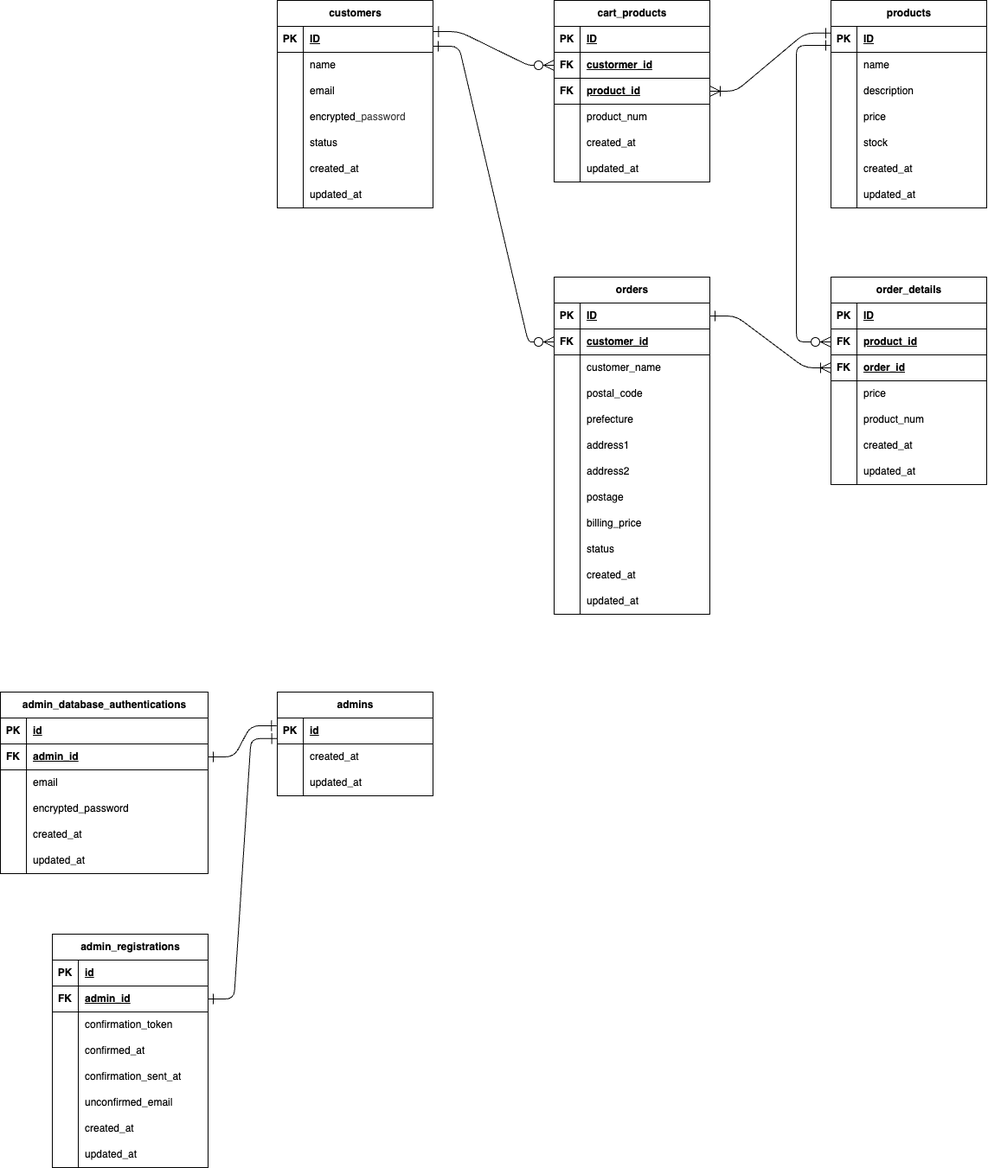
Before: .docs/er_diagram.drawio.png, a diagram exported from draw.io (yamaga-shu/rails-ec). Source tidied: cells renumbered, new cells last; positions are measured from the earlier drawing's top-left corner, leaving out a move shared by most shapes.
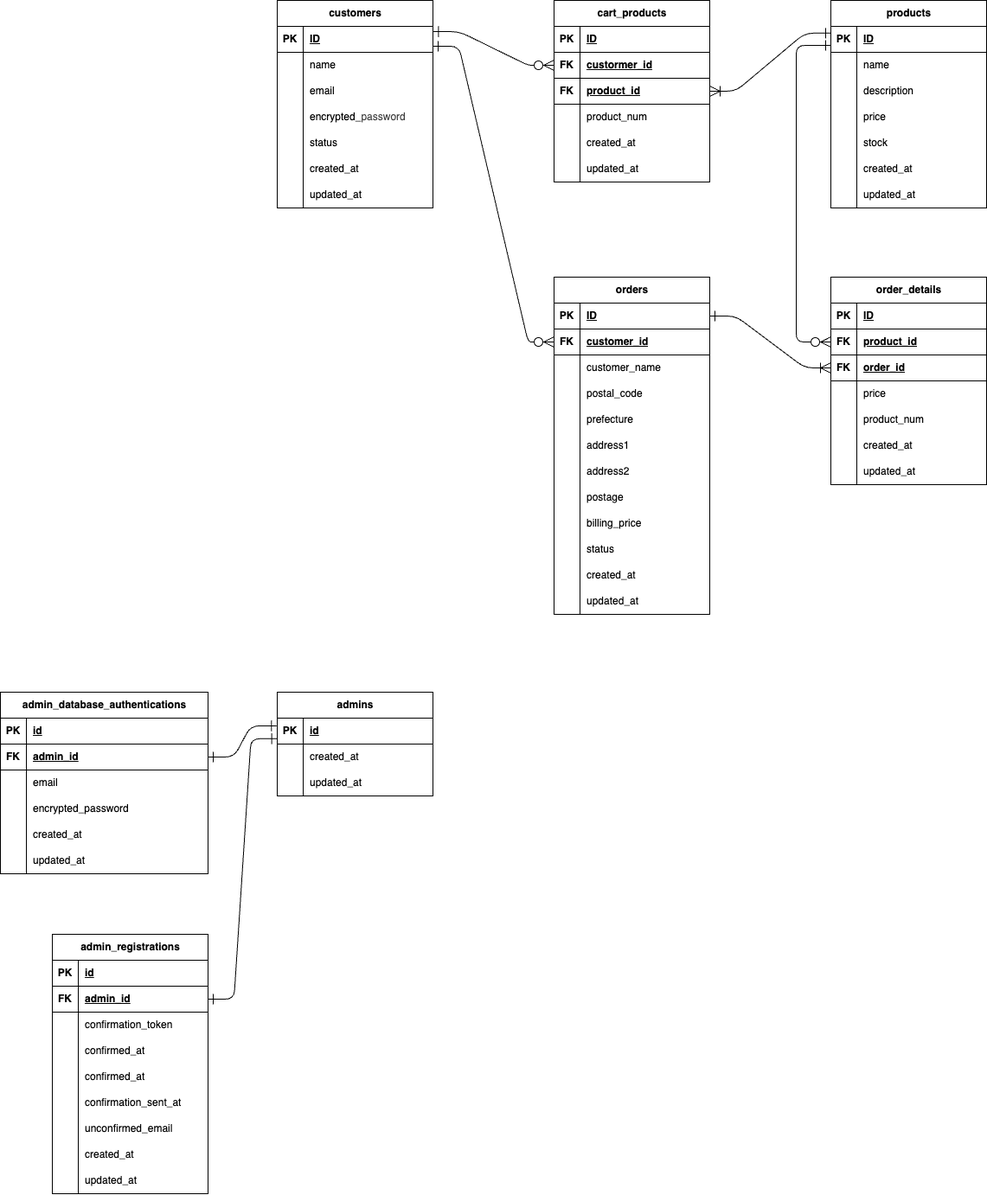
After the change.

Change to the diagram source:
```diff
@@ -481,7 +481,7 @@
       <mxGeometry relative="1" as="geometry" />
     </mxCell>
     <mxCell id="159" value="admin_registrations" style="shape=table;startSize=30;rowLines=0;fontStyle=1;align=center;html=1;" parent="1" vertex="1">
-      <mxGeometry x="60" y="1080" width="180" height="270" as="geometry" />
+      <mxGeometry x="60" y="1080" width="180" height="300" as="geometry" />
     </mxCell>
     <mxCell id="160" style="shape=tableRow;horizontal=0;startSize=0;swimlaneHead=0;swimlaneBody=0;fillColor=none;top=0;left=0;right=0;bottom=1;" parent="159" vertex="1">
       <mxGeometry y="30" width="180" height="30" as="geometry" />
@@ -510,8 +510,17 @@
     <mxCell id="168" value="confirmation_token" style="shape=partialRectangle;fillColor=none;top=0;left=0;bottom=0;right=0;align=left;spacingLeft=6;overflow=hidden;whiteSpace=wrap;html=1;" parent="166" vertex="1">
       <mxGeometry x="30" width="150" height="30" as="geometry" />
     </mxCell>
+    <mxCell id="185" style="shape=tableRow;horizontal=0;startSize=0;swimlaneHead=0;swimlaneBody=0;fillColor=none;top=0;left=0;right=0;bottom=0;" parent="159" vertex="1">
+      <mxGeometry y="120" width="180" height="30" as="geometry" />
+    </mxCell>
+    <mxCell id="186" style="shape=partialRectangle;fillColor=none;top=0;left=0;bottom=0;right=0;overflow=hidden;whiteSpace=wrap;html=1;" parent="185" vertex="1">
+      <mxGeometry width="30" height="30" as="geometry" />
+    </mxCell>
+    <mxCell id="187" value="confirmed_at" style="shape=partialRectangle;fillColor=none;top=0;left=0;bottom=0;right=0;align=left;spacingLeft=6;overflow=hidden;whiteSpace=wrap;html=1;" parent="185" vertex="1">
+      <mxGeometry x="30" width="150" height="30" as="geometry" />
+    </mxCell>
     <mxCell id="169" style="shape=tableRow;horizontal=0;startSize=0;swimlaneHead=0;swimlaneBody=0;fillColor=none;top=0;left=0;right=0;bottom=0;" parent="159" vertex="1">
-      <mxGeometry y="120" width="180" height="30" as="geometry" />
+      <mxGeometry y="150" width="180" height="30" as="geometry" />
     </mxCell>
     <mxCell id="170" style="shape=partialRectangle;fillColor=none;top=0;left=0;bottom=0;right=0;overflow=hidden;whiteSpace=wrap;html=1;" parent="169" vertex="1">
       <mxGeometry width="30" height="30" as="geometry" />
@@ -520,7 +529,7 @@
       <mxGeometry x="30" width="150" height="30" as="geometry" />
     </mxCell>
     <mxCell id="172" style="shape=tableRow;horizontal=0;startSize=0;swimlaneHead=0;swimlaneBody=0;fillColor=none;top=0;left=0;right=0;bottom=0;" parent="159" vertex="1">
-      <mxGeometry y="150" width="180" height="30" as="geometry" />
+      <mxGeometry y="180" width="180" height="30" as="geometry" />
     </mxCell>
     <mxCell id="173" style="shape=partialRectangle;fillColor=none;top=0;left=0;bottom=0;right=0;overflow=hidden;whiteSpace=wrap;html=1;" parent="172" vertex="1">
       <mxGeometry width="30" height="30" as="geometry" />
@@ -529,7 +538,7 @@
       <mxGeometry x="30" width="150" height="30" as="geometry" />
     </mxCell>
     <mxCell id="175" style="shape=tableRow;horizontal=0;startSize=0;swimlaneHead=0;swimlaneBody=0;fillColor=none;top=0;left=0;right=0;bottom=0;" parent="159" vertex="1">
-      <mxGeometry y="180" width="180" height="30" as="geometry" />
+      <mxGeometry y="210" width="180" height="30" as="geometry" />
     </mxCell>
     <mxCell id="176" style="shape=partialRectangle;fillColor=none;top=0;left=0;bottom=0;right=0;overflow=hidden;whiteSpace=wrap;html=1;" parent="175" vertex="1">
       <mxGeometry width="30" height="30" as="geometry" />
@@ -538,7 +547,7 @@
       <mxGeometry x="30" width="150" height="30" as="geometry" />
     </mxCell>
     <mxCell id="178" style="shape=tableRow;horizontal=0;startSize=0;swimlaneHead=0;swimlaneBody=0;fillColor=none;top=0;left=0;right=0;bottom=0;" parent="159" vertex="1">
-      <mxGeometry y="210" width="180" height="30" as="geometry" />
+      <mxGeometry y="240" width="180" height="30" as="geometry" />
     </mxCell>
     <mxCell id="179" style="shape=partialRectangle;fillColor=none;top=0;left=0;bottom=0;right=0;overflow=hidden;whiteSpace=wrap;html=1;" parent="178" vertex="1">
       <mxGeometry width="30" height="30" as="geometry" />
@@ -547,7 +556,7 @@
       <mxGeometry x="30" width="150" height="30" as="geometry" />
     </mxCell>
     <mxCell id="181" style="shape=tableRow;horizontal=0;startSize=0;swimlaneHead=0;swimlaneBody=0;fillColor=none;top=0;left=0;right=0;bottom=0;" parent="159" vertex="1">
-      <mxGeometry y="240" width="180" height="30" as="geometry" />
+      <mxGeometry y="270" width="180" height="30" as="geometry" />
     </mxCell>
     <mxCell id="182" style="shape=partialRectangle;fillColor=none;top=0;left=0;bottom=0;right=0;overflow=hidden;whiteSpace=wrap;html=1;" parent="181" vertex="1">
       <mxGeometry width="30" height="30" as="geometry" />
```
